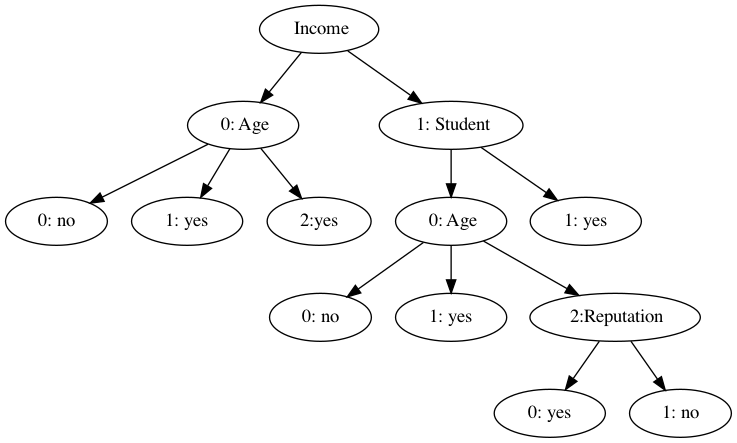
Above: detree.png in faede/Daily (Graphviz), before the change. Its source is kept beside it as detree.dot.
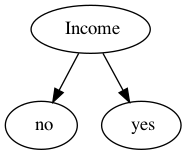
The same file after the commit.

The edit, as a diff of the source:
```diff
@@ -1,684 +1,8 @@
 digraph G {
 2 [label="  Income "]
-3 [label="  0: Age "]
+3 [label="  no "]
 2  ->  3
 2 [label="  Income "]
-7 [label="  1: Student "]
+7 [label="  yes "]
 2  ->  7
-3 [label="  0: Age "]
-4 [label="  0: no  "]
-3  ->  4
-3 [label="  0: Age "]
-5 [label="  1: yes  "]
-3  ->  5
-3 [label="  0: Age "]
-6 [label="  2:yes  "]
-3  ->  6
-7 [label="  1: Student "]
-8 [label="  0: Age "]
-7  ->  8
-7 [label="  1: Student "]
-14 [label="  1: yes  "]
-7  ->  14
-8 [label="  0: Age "]
-9 [label="  0: no  "]
-8  ->  9
-8 [label="  0: Age "]
-10 [label="  1: yes  "]
-8  ->  10
-8 [label="  0: Age "]
-11 [label="  2:Reputation "]
-8  ->  11
-11 [label="  2:Reputation "]
-12 [label="  0: yes  "]
-11  ->  12
-11 [label="  2:Reputation "]
-13 [label="  1: no  "]
-11  ->  13
 }
-digraph G {
-2 [label="  Income "]
-3 [label="  0: Age "]
-2  ->  3
-2 [label="  Income "]
-7 [label="  1: Student "]
-2  ->  7
-3 [label="  0: Age "]
-4 [label="  0: no  "]
-3  ->  4
-3 [label="  0: Age "]
-5 [label="  1: yes  "]
-3  ->  5
-3 [label="  0: Age "]
-6 [label="  2:yes  "]
-3  ->  6
-7 [label="  1: Student "]
-8 [label="  0: Age "]
-7  ->  8
-7 [label="  1: Student "]
-14 [label="  1: yes  "]
-7  ->  14
-8 [label="  0: Age "]
-9 [label="  0: no  "]
-8  ->  9
-8 [label="  0: Age "]
-10 [label="  1: yes  "]
-8  ->  10
-8 [label="  0: Age "]
-11 [label="  2:Reputation "]
-8  ->  11
-11 [label="  2:Reputation "]
-12 [label="  0: yes  "]
-11  ->  12
-11 [label="  2:Reputation "]
-13 [label="  1: no  "]
-11  ->  13
-}
-digraph G {
-2 [label="  Income "]
-3 [label="  0: Age "]
-2  ->  3
-2 [label="  Income "]
-7 [label="  1: Student "]
-2  ->  7
-3 [label="  0: Age "]
-4 [label="  0: no  "]
-3  ->  4
-3 [label="  0: Age "]
-5 [label="  1: yes  "]
-3  ->  5
-3 [label="  0: Age "]
-6 [label="  2:yes  "]
-3  ->  6
-7 [label="  1: Student "]
-8 [label="  0: Age "]
-7  ->  8
-7 [label="  1: Student "]
-14 [label="  1: yes  "]
-7  ->  14
-8 [label="  0: Age "]
-9 [label="  0: no  "]
-8  ->  9
-8 [label="  0: Age "]
-10 [label="  1: yes  "]
-8  ->  10
-8 [label="  0: Age "]
-11 [label="  2:Reputation "]
-8  ->  11
-11 [label="  2:Reputation "]
-12 [label="  0: yes  "]
-11  ->  12
-11 [label="  2:Reputation "]
-13 [label="  1: no  "]
-11  ->  13
-}
-digraph G {
-2 [label="  Income "]
-3 [label="  0: Age "]
-2  ->  3
-2 [label="  Income "]
-7 [label="  1: Student "]
-2  ->  7
-3 [label="  0: Age "]
-4 [label="  0: no  "]
-3  ->  4
-3 [label="  0: Age "]
-5 [label="  1: yes  "]
-3  ->  5
-3 [label="  0: Age "]
-6 [label="  2:yes  "]
-3  ->  6
-7 [label="  1: Student "]
-8 [label="  0: Age "]
-7  ->  8
-7 [label="  1: Student "]
-14 [label="  1: yes  "]
-7  ->  14
-8 [label="  0: Age "]
-9 [label="  0: no  "]
-8  ->  9
-8 [label="  0: Age "]
-10 [label="  1: yes  "]
-8  ->  10
-8 [label="  0: Age "]
-11 [label="  2:Reputation "]
-8  ->  11
-11 [label="  2:Reputation "]
-12 [label="  0: yes  "]
-11  ->  12
-11 [label="  2:Reputation "]
-13 [label="  1: no  "]
-11  ->  13
-}
-digraph G {
-2 [label="  Income "]
-3 [label="  0: Age "]
-2  ->  3
-2 [label="  Income "]
-7 [label="  1: Student "]
-2  ->  7
-3 [label="  0: Age "]
-4 [label="  0: no  "]
-3  ->  4
-3 [label="  0: Age "]
-5 [label="  1: yes  "]
-3  ->  5
-3 [label="  0: Age "]
-6 [label="  2:yes  "]
-3  ->  6
-7 [label="  1: Student "]
-8 [label="  0: Age "]
-7  ->  8
-7 [label="  1: Student "]
-14 [label="  1: yes  "]
-7  ->  14
-8 [label="  0: Age "]
-9 [label="  0: no  "]
-8  ->  9
-8 [label="  0: Age "]
-10 [label="  1: yes  "]
-8  ->  10
-8 [label="  0: Age "]
-11 [label="  2:Reputation "]
-8  ->  11
-11 [label="  2:Reputation "]
-12 [label="  0: yes  "]
-11  ->  12
-11 [label="  2:Reputation "]
-13 [label="  1: no  "]
-11  ->  13
-}
-digraph G {
-2 [label="  Income "]
-3 [label="  0: Age "]
-2  ->  3
-2 [label="  Income "]
-7 [label="  1: Student "]
-2  ->  7
-3 [label="  0: Age "]
-4 [label="  0: no  "]
-3  ->  4
-3 [label="  0: Age "]
-5 [label="  1: yes  "]
-3  ->  5
-3 [label="  0: Age "]
-6 [label="  2:yes  "]
-3  ->  6
-7 [label="  1: Student "]
-8 [label="  0: Age "]
-7  ->  8
-7 [label="  1: Student "]
-14 [label="  1: yes  "]
-7  ->  14
-8 [label="  0: Age "]
-9 [label="  0: no  "]
-8  ->  9
-8 [label="  0: Age "]
-10 [label="  1: yes  "]
-8  ->  10
-8 [label="  0: Age "]
-11 [label="  2:Reputation "]
-8  ->  11
-11 [label="  2:Reputation "]
-12 [label="  0: yes  "]
-11  ->  12
-11 [label="  2:Reputation "]
-13 [label="  1: no  "]
-11  ->  13
-}
-digraph G {
-2 [label="  Income "]
-3 [label="  0: Age "]
-2  ->  3
-2 [label="  Income "]
-7 [label="  1: Student "]
-2  ->  7
-3 [label="  0: Age "]
-4 [label="  0: no  "]
-3  ->  4
-3 [label="  0: Age "]
-5 [label="  1: yes  "]
-3  ->  5
-3 [label="  0: Age "]
-6 [label="  2:yes  "]
-3  ->  6
-7 [label="  1: Student "]
-8 [label="  0: Age "]
-7  ->  8
-7 [label="  1: Student "]
-14 [label="  1: yes  "]
-7  ->  14
-8 [label="  0: Age "]
-9 [label="  0: no  "]
-8  ->  9
-8 [label="  0: Age "]
-10 [label="  1: yes  "]
-8  ->  10
-8 [label="  0: Age "]
-11 [label="  2:Reputation "]
-8  ->  11
-11 [label="  2:Reputation "]
-12 [label="  0: yes  "]
-11  ->  12
-11 [label="  2:Reputation "]
-13 [label="  1: no  "]
-11  ->  13
-}
-digraph G {
-2 [label="  Income "]
-3 [label="  0: Age "]
-2  ->  3
-2 [label="  Income "]
-7 [label="  1: Student "]
-2  ->  7
-3 [label="  0: Age "]
-4 [label="  0: no  "]
-3  ->  4
-3 [label="  0: Age "]
-5 [label="  1: yes  "]
-3  ->  5
-3 [label="  0: Age "]
-6 [label="  2:yes  "]
-3  ->  6
-7 [label="  1: Student "]
-8 [label="  0: Age "]
-7  ->  8
-7 [label="  1: Student "]
-14 [label="  1: yes  "]
-7  ->  14
-8 [label="  0: Age "]
-9 [label="  0: no  "]
-8  ->  9
-8 [label="  0: Age "]
-10 [label="  1: yes  "]
-8  ->  10
-8 [label="  0: Age "]
-11 [label="  2:Reputation "]
-8  ->  11
-11 [label="  2:Reputation "]
-12 [label="  0: yes  "]
-11  ->  12
-11 [label="  2:Reputation "]
-13 [label="  1: no  "]
-11  ->  13
-}
-digraph G {
-2 [label="  Income "]
-3 [label="  0: Age "]
-2  ->  3
-2 [label="  Income "]
-7 [label="  1: Student "]
-2  ->  7
-3 [label="  0: Age "]
-4 [label="  0: no  "]
-3  ->  4
-3 [label="  0: Age "]
-5 [label="  1: yes  "]
-3  ->  5
-3 [label="  0: Age "]
-6 [label="  2:yes  "]
-3  ->  6
-7 [label="  1: Student "]
-8 [label="  0: Age "]
-7  ->  8
-7 [label="  1: Student "]
-14 [label="  1: yes  "]
-7  ->  14
-8 [label="  0: Age "]
-9 [label="  0: no  "]
-8  ->  9
-8 [label="  0: Age "]
-10 [label="  1: yes  "]
-8  ->  10
-8 [label="  0: Age "]
-11 [label="  2:Reputation "]
-8  ->  11
-11 [label="  2:Reputation "]
-12 [label="  0: yes  "]
-11  ->  12
-11 [label="  2:Reputation "]
-13 [label="  1: no  "]
-11  ->  13
-}
-digraph G {
-2 [label="  Income "]
-3 [label="  0: Age "]
-2  ->  3
-2 [label="  Income "]
-7 [label="  1: Student "]
-2  ->  7
-3 [label="  0: Age "]
-4 [label="  0: no  "]
-3  ->  4
-3 [label="  0: Age "]
-5 [label="  1: yes  "]
-3  ->  5
-3 [label="  0: Age "]
-6 [label="  2:yes  "]
-3  ->  6
-7 [label="  1: Student "]
-8 [label="  0: Age "]
-7  ->  8
-7 [label="  1: Student "]
-14 [label="  1: yes  "]
-7  ->  14
-8 [label="  0: Age "]
-9 [label="  0: no  "]
-8  ->  9
-8 [label="  0: Age "]
-10 [label="  1: yes  "]
-8  ->  10
-8 [label="  0: Age "]
-11 [label="  2:Reputation "]
-8  ->  11
-11 [label="  2:Reputation "]
-12 [label="  0: yes  "]
-11  ->  12
-11 [label="  2:Reputation "]
-13 [label="  1: no  "]
-11  ->  13
-}
-digraph G {
-2 [label="  Income "]
-3 [label="  0: Age "]
-2  ->  3
-2 [label="  Income "]
-7 [label="  1: Student "]
-2  ->  7
-3 [label="  0: Age "]
-4 [label="  0: no  "]
-3  ->  4
-3 [label="  0: Age "]
-5 [label="  1: yes  "]
-3  ->  5
-3 [label="  0: Age "]
-6 [label="  2:yes  "]
-3  ->  6
-7 [label="  1: Student "]
-8 [label="  0: Age "]
-7  ->  8
-7 [label="  1: Student "]
-14 [label="  1: yes  "]
-7  ->  14
-8 [label="  0: Age "]
-9 [label="  0: no  "]
-8  ->  9
-8 [label="  0: Age "]
-10 [label="  1: yes  "]
-8  ->  10
-8 [label="  0: Age "]
-11 [label="  2:Reputation "]
-8  ->  11
-11 [label="  2:Reputation "]
-12 [label="  0: yes  "]
-11  ->  12
-11 [label="  2:Reputation "]
-13 [label="  1: no  "]
-11  ->  13
-}
-digraph G {
-2 [label="  Income "]
-3 [label="  0: Age "]
-2  ->  3
-2 [label="  Income "]
-7 [label="  1: Student "]
-2  ->  7
-3 [label="  0: Age "]
-4 [label="  0: no  "]
-3  ->  4
-3 [label="  0: Age "]
-5 [label="  1: yes  "]
-3  ->  5
-3 [label="  0: Age "]
-6 [label="  2:yes  "]
-3  ->  6
-7 [label="  1: Student "]
-8 [label="  0: Age "]
-7  ->  8
-7 [label="  1: Student "]
-14 [label="  1: yes  "]
-7  ->  14
-8 [label="  0: Age "]
-9 [label="  0: no  "]
-8  ->  9
-8 [label="  0: Age "]
-10 [label="  1: yes  "]
-8  ->  10
-8 [label="  0: Age "]
-11 [label="  2:Reputation "]
-8  ->  11
-11 [label="  2:Reputation "]
-12 [label="  0: yes  "]
-11  ->  12
-11 [label="  2:Reputation "]
-13 [label="  1: no  "]
-11  ->  13
-}
-digraph G {
-2 [label="  Income "]
-3 [label="  0: Age "]
-2  ->  3
-2 [label="  Income "]
-7 [label="  1: Student "]
-2  ->  7
-3 [label="  0: Age "]
-4 [label="  0: no  "]
-3  ->  4
-3 [label="  0: Age "]
-5 [label="  1: yes  "]
-3  ->  5
-3 [label="  0: Age "]
-6 [label="  2:yes  "]
-3  ->  6
-7 [label="  1: Student "]
-8 [label="  0: Age "]
-7  ->  8
-7 [label="  1: Student "]
-14 [label="  1: yes  "]
-7  ->  14
-8 [label="  0: Age "]
-9 [label="  0: no  "]
-8  ->  9
-8 [label="  0: Age "]
-10 [label="  1: yes  "]
-8  ->  10
-8 [label="  0: Age "]
-11 [label="  2:Reputation "]
-8  ->  11
-11 [label="  2:Reputation "]
-12 [label="  0: yes  "]
-11  ->  12
-11 [label="  2:Reputation "]
-13 [label="  1: no  "]
-11  ->  13
-}
-digraph G {
-2 [label="  Income "]
-3 [label="  0: Age "]
-2  ->  3
-2 [label="  Income "]
-7 [label="  1: Student "]
-2  ->  7
-3 [label="  0: Age "]
-4 [label="  0: no  "]
-3  ->  4
-3 [label="  0: Age "]
-5 [label="  1: yes  "]
-3  ->  5
-3 [label="  0: Age "]
-6 [label="  2:yes  "]
-3  ->  6
-7 [label="  1: Student "]
-8 [label="  0: Age "]
-7  ->  8
-7 [label="  1: Student "]
-14 [label="  1: yes  "]
-7  ->  14
-8 [label="  0: Age "]
-9 [label="  0: no  "]
-8  ->  9
-8 [label="  0: Age "]
-10 [label="  1: yes  "]
-8  ->  10
-8 [label="  0: Age "]
-11 [label="  2:Reputation "]
-8  ->  11
-11 [label="  2:Reputation "]
-12 [label="  0: yes  "]
-11  ->  12
-11 [label="  2:Reputation "]
-13 [label="  1: no  "]
-11  ->  13
-}
-digraph G {
-2 [label="  Income "]
-3 [label="  0: Age "]
-2  ->  3
-2 [label="  Income "]
-7 [label="  1: Student "]
-2  ->  7
-3 [label="  0: Age "]
-4 [label="  0: no  "]
-3  ->  4
-3 [label="  0: Age "]
-5 [label="  1: yes  "]
-3  ->  5
-3 [label="  0: Age "]
-6 [label="  2:yes  "]
-3  ->  6
-7 [label="  1: Student "]
-8 [label="  0: Age "]
-7  ->  8
-7 [label="  1: Student "]
-14 [label="  1: yes  "]
-7  ->  14
-8 [label="  0: Age "]
-9 [label="  0: no  "]
-8  ->  9
-8 [label="  0: Age "]
-10 [label="  1: yes  "]
-8  ->  10
-8 [label="  0: Age "]
-11 [label="  2:Reputation "]
-8  ->  11
-11 [label="  2:Reputation "]
-12 [label="  0: yes  "]
-11  ->  12
-11 [label="  2:Reputation "]
-13 [label="  1: no  "]
-11  ->  13
-}
-digraph G {
-2 [label="  Income "]
-3 [label="  0: Age "]
-2  ->  3
-2 [label="  Income "]
-7 [label="  1: Student "]
-2  ->  7
-3 [label="  0: Age "]
-4 [label="  0: no  "]
-3  ->  4
-3 [label="  0: Age "]
-5 [label="  1: yes  "]
-3  ->  5
-3 [label="  0: Age "]
-6 [label="  2:yes  "]
-3  ->  6
-7 [label="  1: Student "]
-8 [label="  0: Age "]
-7  ->  8
-7 [label="  1: Student "]
-14 [label="  1: yes  "]
-7  ->  14
-8 [label="  0: Age "]
-9 [label="  0: no  "]
-8  ->  9
-8 [label="  0: Age "]
-10 [label="  1: yes  "]
-8  ->  10
-8 [label="  0: Age "]
-11 [label="  2:Reputation "]
-8  ->  11
-11 [label="  2:Reputation "]
-12 [label="  0: yes  "]
-11  ->  12
-11 [label="  2:Reputation "]
-13 [label="  1: no  "]
-11  ->  13
-}
-digraph G {
-2 [label="  Income "]
-3 [label="  0: Age "]
-2  ->  3
-2 [label="  Income "]
-7 [label="  1: Student "]
-2  ->  7
-3 [label="  0: Age "]
-4 [label="  0: no  "]
-3  ->  4
-3 [label="  0: Age "]
-5 [label="  1: yes  "]
-3  ->  5
-3 [label="  0: Age "]
-6 [label="  2:yes  "]
-3  ->  6
-7 [label="  1: Student "]
-8 [label="  0: Age "]
-7  ->  8
-7 [label="  1: Student "]
-14 [label="  1: yes  "]
-7  ->  14
-8 [label="  0: Age "]
-9 [label="  0: no  "]
-8  ->  9
-8 [label="  0: Age "]
-10 [label="  1: yes  "]
-8  ->  10
-8 [label="  0: Age "]
-11 [label="  2:Reputation "]
-8  ->  11
-11 [label="  2:Reputation "]
-12 [label="  0: yes  "]
-11  ->  12
-11 [label="  2:Reputation "]
-13 [label="  1: no  "]
-11  ->  13
-}
-digraph G {
-2 [label="  Income "]
-3 [label="  0: Age "]
-2  ->  3
-2 [label="  Income "]
-7 [label="  1: Student "]
-2  ->  7
-3 [label="  0: Age "]
-4 [label="  0: no  "]
-3  ->  4
-3 [label="  0: Age "]
-5 [label="  1: yes  "]
-3  ->  5
-3 [label="  0: Age "]
-6 [label="  2:yes  "]
-3  ->  6
-7 [label="  1: Student "]
-8 [label="  0: Age "]
-7  ->  8
-7 [label="  1: Student "]
-14 [label="  1: yes  "]
-7  ->  14
-8 [label="  0: Age "]
-9 [label="  0: no  "]
-8  ->  9
-8 [label="  0: Age "]
-10 [label="  1: yes  "]
-8  ->  10
-8 [label="  0: Age "]
-11 [label="  2:Reputation "]
-8  ->  11
-11 [label="  2:Reputation "]
-12 [label="  0: yes  "]
-11  ->  12
-11 [label="  2:Reputation "]
-13 [label="  1: no  "]
-11  ->  13
-}
```
